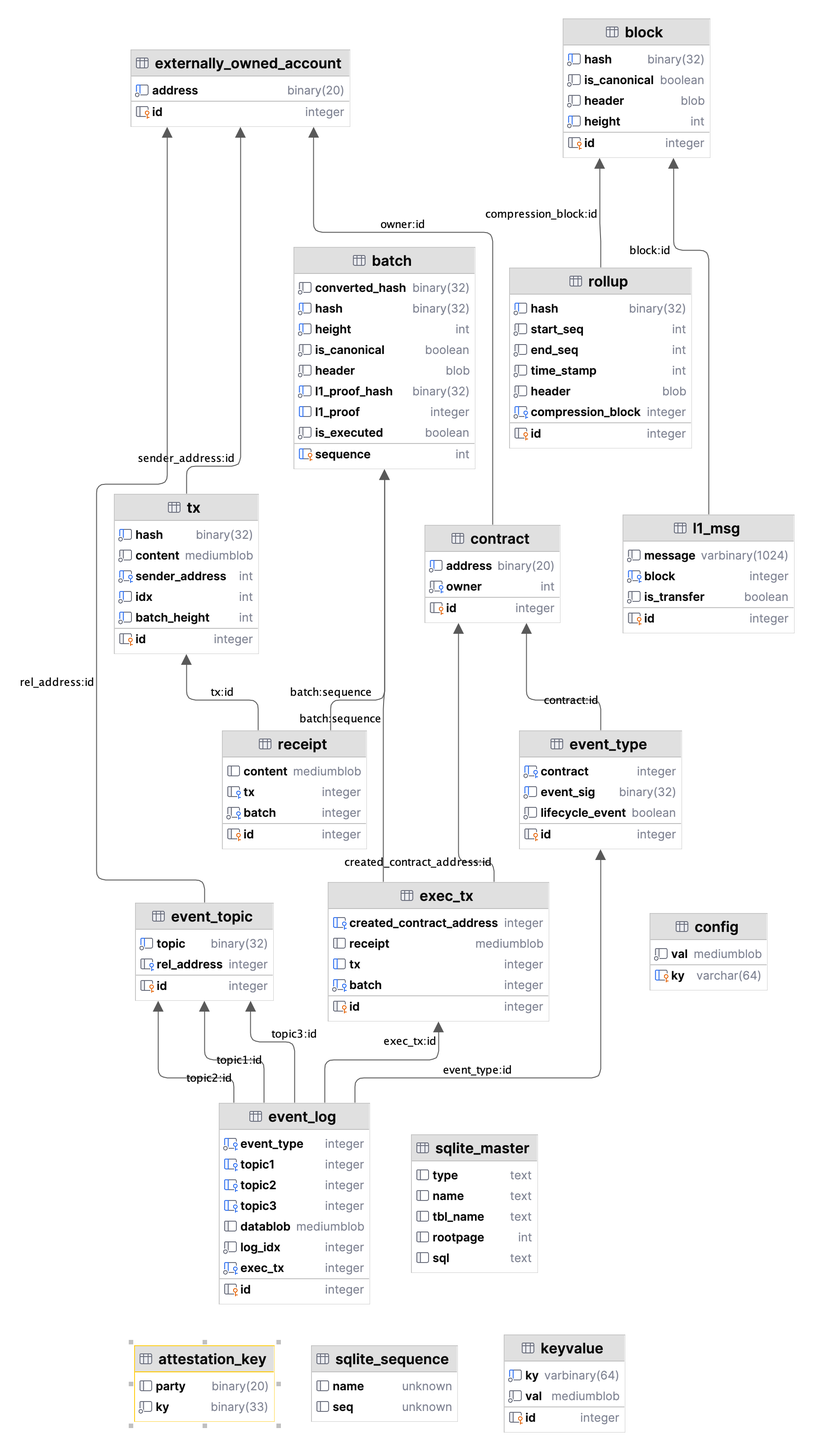
The PlantUML diagram design/architecture/db_schema.png in ten-protocol/go-ten, before a commit. Its source is kept beside it as design/architecture/db_schema.puml.
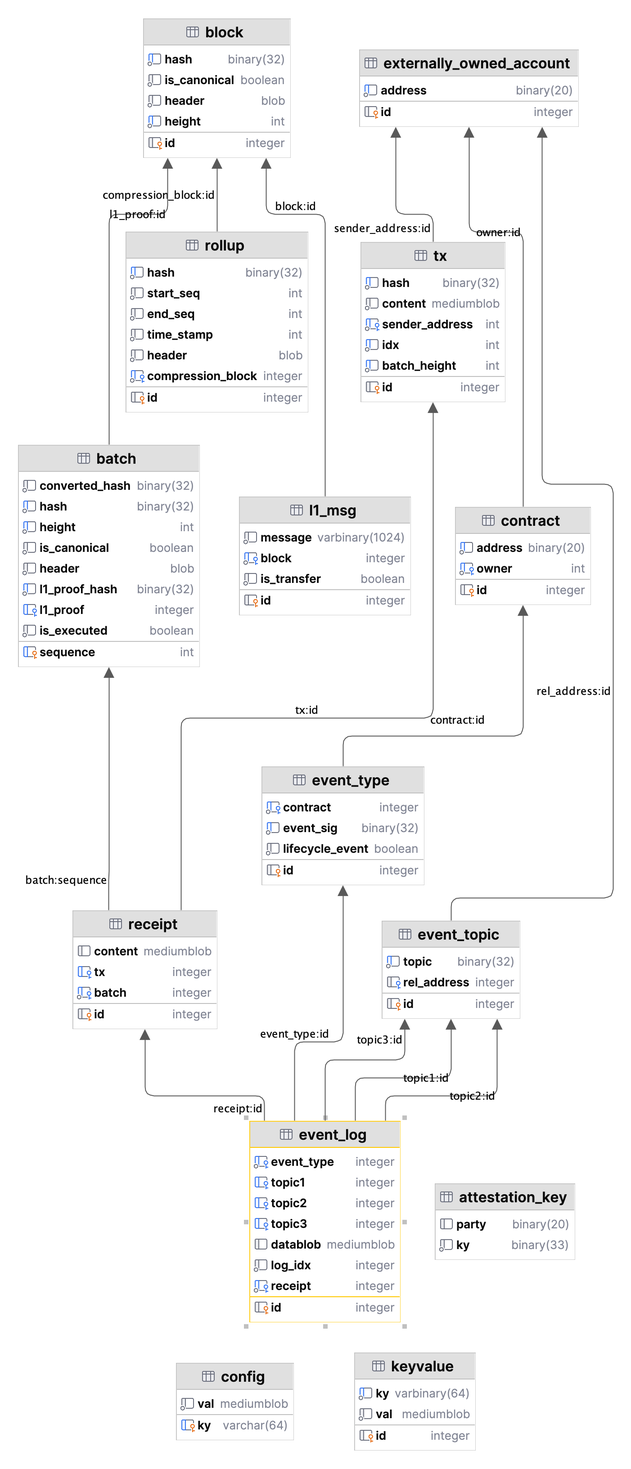
After the change.

Change to the diagram source:
```diff
@@ -42,7 +42,7 @@
    topic3: integer
    datablob: mediumblob
    log_idx: integer
-   exec_tx: integer
+   receipt: integer
    id: integer
 }
 class event_topic {
@@ -54,13 +54,6 @@
    contract: integer
    event_sig: binary(32)
    lifecycle_event: boolean
-   id: integer
-}
-class exec_tx {
-   created_contract_address: integer
-   receipt: mediumblob
-   tx: integer
-   batch: integer
    id: integer
 }
 class externally_owned_account {
@@ -93,17 +86,6 @@
    compression_block: integer
    id: integer
 }
-class sqlite_master {
-   type: text
-   name: text
-   tbl_name: text
-   rootpage: int
-   sql: text
-}
-class sqlite_sequence {
-   name: unknown
-   seq: unknown
-}
 class tx {
    hash: binary(32)
    content: mediumblob
@@ -113,16 +95,15 @@
    id: integer
 }
 
+batch                     -[#595959,plain]-^  block                    : "l1_proof:id"
 contract                  -[#595959,plain]-^  externally_owned_account : "owner:id"
 event_log                 -[#595959,plain]-^  event_topic              : "topic2:id"
 event_log                 -[#595959,plain]-^  event_topic              : "topic1:id"
 event_log                 -[#595959,plain]-^  event_topic              : "topic3:id"
 event_log                 -[#595959,plain]-^  event_type               : "event_type:id"
-event_log                 -[#595959,plain]-^  exec_tx                  : "exec_tx:id"
+event_log                 -[#595959,plain]-^  receipt                  : "receipt:id"
 event_topic               -[#595959,plain]-^  externally_owned_account : "rel_address:id"
 event_type                -[#595959,plain]-^  contract                 : "contract:id"
-exec_tx                   -[#595959,plain]-^  batch                    : "batch:sequence"
-exec_tx                   -[#595959,plain]-^  contract                 : "created_contract_address:id"
 l1_msg                    -[#595959,plain]-^  block                    : "block:id"
 receipt                   -[#595959,plain]-^  batch                    : "batch:sequence"
 receipt                   -[#595959,plain]-^  tx                       : "tx:id"
```
